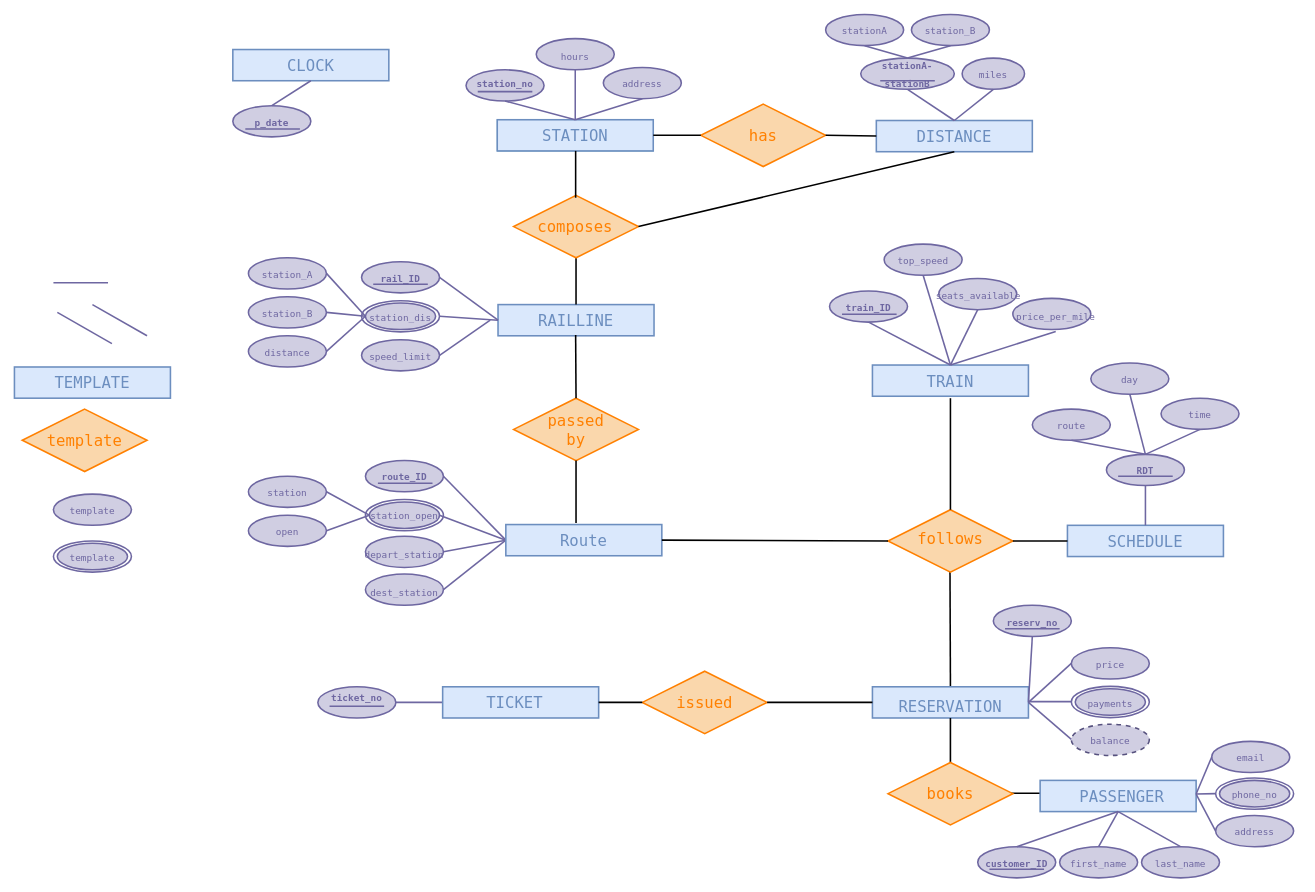
Earlier version of the draw.io diagram CostaExpress.drawio (anamok/TrainsDatabase). Source tidied: cells renumbered, new cells numbered last; positions are measured from the earlier drawing's top-left corner, leaving out a move shared by most shapes. Both pictures are drawn from the tidied source at 78%, with x=0, y=0 at pixel (14, 14).
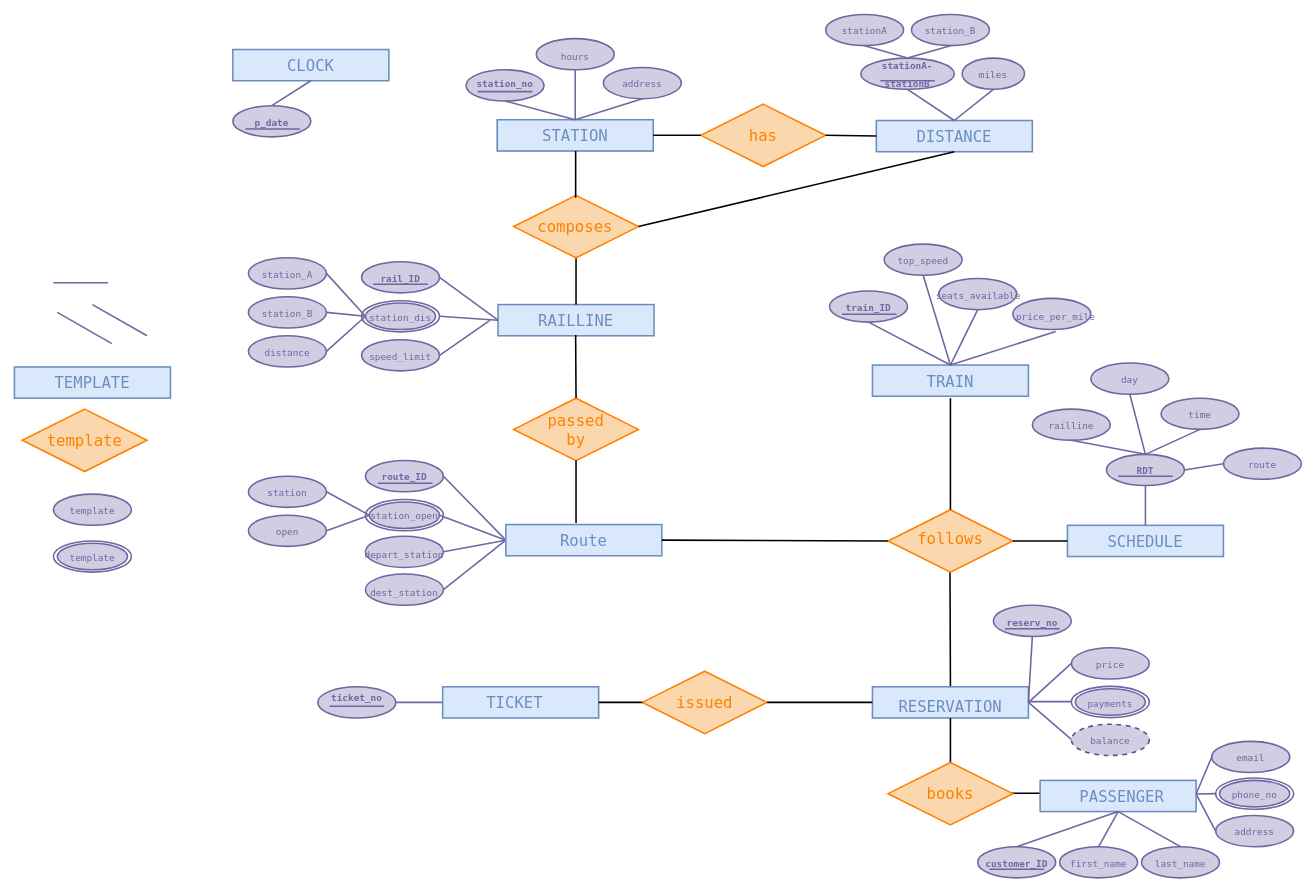
After the change.

The change refers to these unchanged cells:
```xml
<mxCell id="60" style="ellipse;whiteSpace=wrap;html=1;fontFamily=Lucida Console;fontSize=20;strokeColor=#6E67A1;strokeWidth=2;fillColor=#d0cee2;" parent="1" vertex="1">
  <mxGeometry x="1400" y="564" width="100" height="40" as="geometry" />
</mxCell>
```

The edit, as a diff of the source:
```diff
@@
-    <mxCell id="63" value="&lt;font style=&quot;font-size: 12px&quot; color=&quot;#6E67A1&quot;&gt;route&lt;/font&gt;" style="text;html=1;strokeColor=none;fillColor=none;align=center;verticalAlign=middle;whiteSpace=wrap;rounded=0;fontFamily=Lucida Console;fontSize=20;fontColor=#FF8000;" parent="1" vertex="1">
+    <mxCell id="63" value="&lt;font style=&quot;font-size: 12px&quot; color=&quot;#6E67A1&quot;&gt;railline&lt;/font&gt;" style="text;html=1;strokeColor=none;fillColor=none;align=center;verticalAlign=middle;whiteSpace=wrap;rounded=0;fontFamily=Lucida Console;fontSize=20;fontColor=#FF8000;" parent="1" vertex="1">
       <mxGeometry x="1325" y="518" width="60" height="12" as="geometry" />
     </mxCell>
@@
+    <mxCell id="199" style="ellipse;whiteSpace=wrap;html=1;fontFamily=Lucida Console;fontSize=20;strokeColor=#6E67A1;strokeWidth=2;fillColor=#d0cee2;" parent="1" vertex="1">
+      <mxGeometry x="1550" y="556" width="100" height="40" as="geometry" />
+    </mxCell>
+    <mxCell id="200" value="&lt;font style=&quot;font-size: 12px&quot; color=&quot;#6E67A1&quot;&gt;route&lt;/font&gt;" style="text;html=1;strokeColor=none;fillColor=none;align=center;verticalAlign=middle;whiteSpace=wrap;rounded=0;fontFamily=Lucida Console;fontSize=20;fontColor=#FF8000;" parent="1" vertex="1">
+      <mxGeometry x="1570" y="568" width="60" height="12" as="geometry" />
+    </mxCell>
+    <mxCell id="201" style="endArrow=none;html=1;rounded=0;fontFamily=Lucida Console;fontSize=12;fontColor=#6E67A1;strokeColor=#6E67A1;entryX=1;entryY=0.5;entryDx=0;entryDy=0;exitX=0;exitY=0.5;exitDx=0;exitDy=0;strokeWidth=2;" parent="1" edge="1" source="199" target="60">
+      <mxGeometry relative="1" as="geometry" />
+    </mxCell>
```
